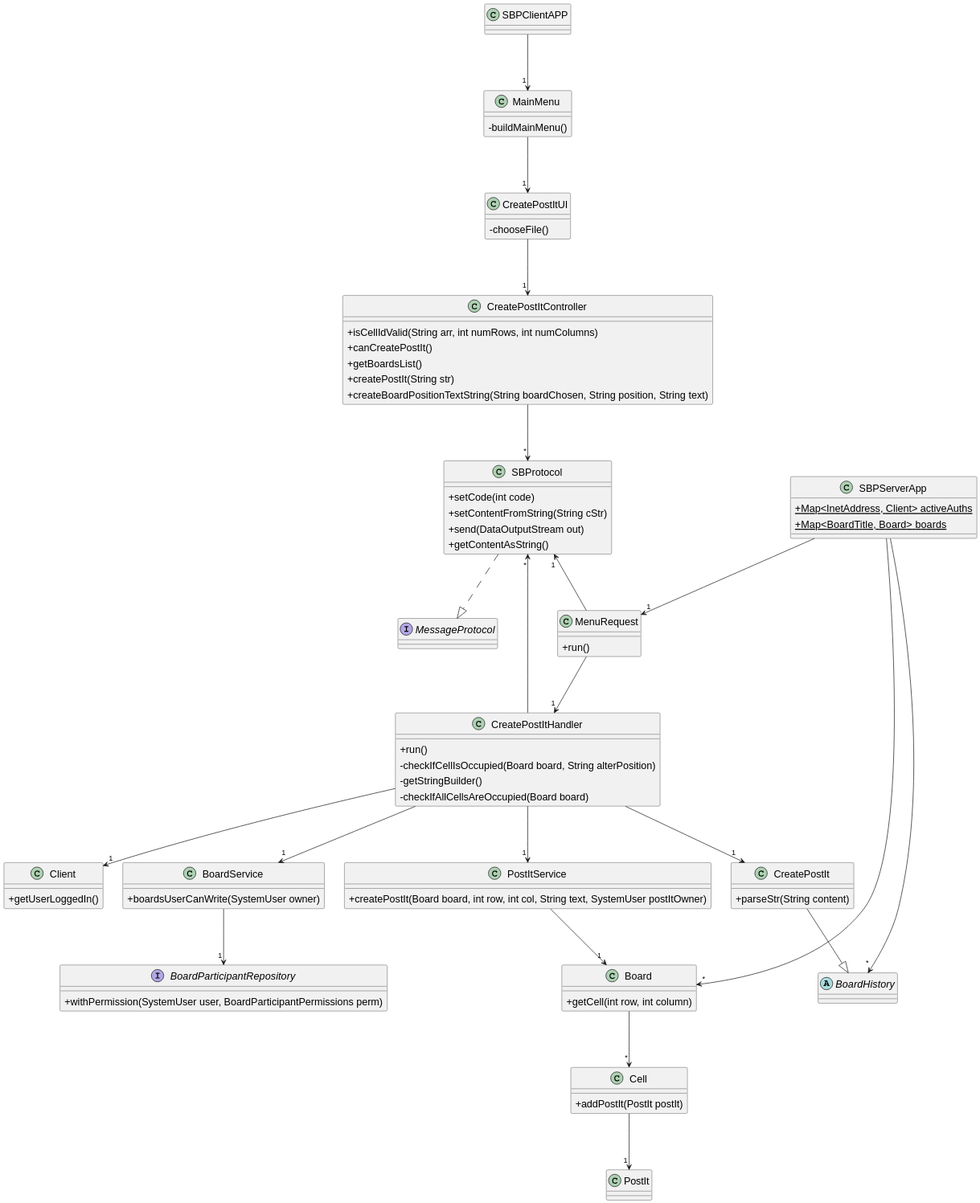
jovami/isep-lapr4 keeps this PlantUML diagram as docs/us_3006/CD.svg. Above is the earlier version. The source it was exported from:
```plantuml
@startuml

skinparam classAttributeIconSize 0
skinparam padding 2
skinparam ranksep 100
skinparam classFontSize 18


interface MessageProtocol
interface BoardParticipantRepository
{
    +withPermission(SystemUser user, BoardParticipantPermissions perm)
}

class CreatePostItUI
{
    -chooseFile()
}

class CreatePostItController
{
 +isCellIdValid(String arr, int numRows, int numColumns)
 +canCreatePostIt()
 +getBoardsList()
 +createPostIt(String str)
 +createBoardPositionTextString(String boardChosen, String position, String text)
}

class CreatePostItHandler
{
    +run()
    -checkIfCellIsOccupied(Board board, String alterPosition)
    -getStringBuilder()
    -checkIfAllCellsAreOccupied(Board board)
}

class SBProtocol
{
 + setCode(int code)
 + setContentFromString(String cStr)
 + send(DataOutputStream out)
 + getContentAsString()
}

class MenuRequest
{
    +run()
}

class SBPServerApp
{
    +{static}Map<InetAddress, Client> activeAuths
    +{static}Map<BoardTitle, Board> boards
}

class SBPClientAPP
{
}


class CreatePostIt
{
  +parseStr(String content)
}

class Client
{
    +getUserLoggedIn()
}


class BoardService
{
    +boardsUserCanWrite(SystemUser owner)
}

class MainMenu
{
    - buildMainMenu()
}

class PostItService
{
    +createPostIt(Board board, int row, int col, String text, SystemUser postItOwner)
}

class Board
{
   +getCell(int row, int column)
}

class Cell
{
    +addPostIt(PostIt postIt)
}

class PostIt {
}

abstract class BoardHistory
{
}







CreatePostIt --|> BoardHistory



CreatePostItUI --> "1" CreatePostItController
CreatePostItController --> "*" SBProtocol


CreatePostItHandler --> "*" SBProtocol


CreatePostItHandler --> "1" CreatePostIt
CreatePostItHandler --> "1" Client
CreatePostItHandler --> "1" BoardService
CreatePostItHandler --> "1" PostItService

SBPClientAPP --> "1" MainMenu
MainMenu --> "1" CreatePostItUI
SBPServerApp --> "1" MenuRequest
MenuRequest --> "1" CreatePostItHandler
MenuRequest -up-> "1" SBProtocol

PostItService --> "1" Board
Board --> "*" Cell
Cell --> "1" PostIt

BoardService --> "1" BoardParticipantRepository

SBPServerApp ----> "*" Board
SBPServerApp -> "*" BoardHistory

SBProtocol ..|> MessageProtocol
@enduml
```
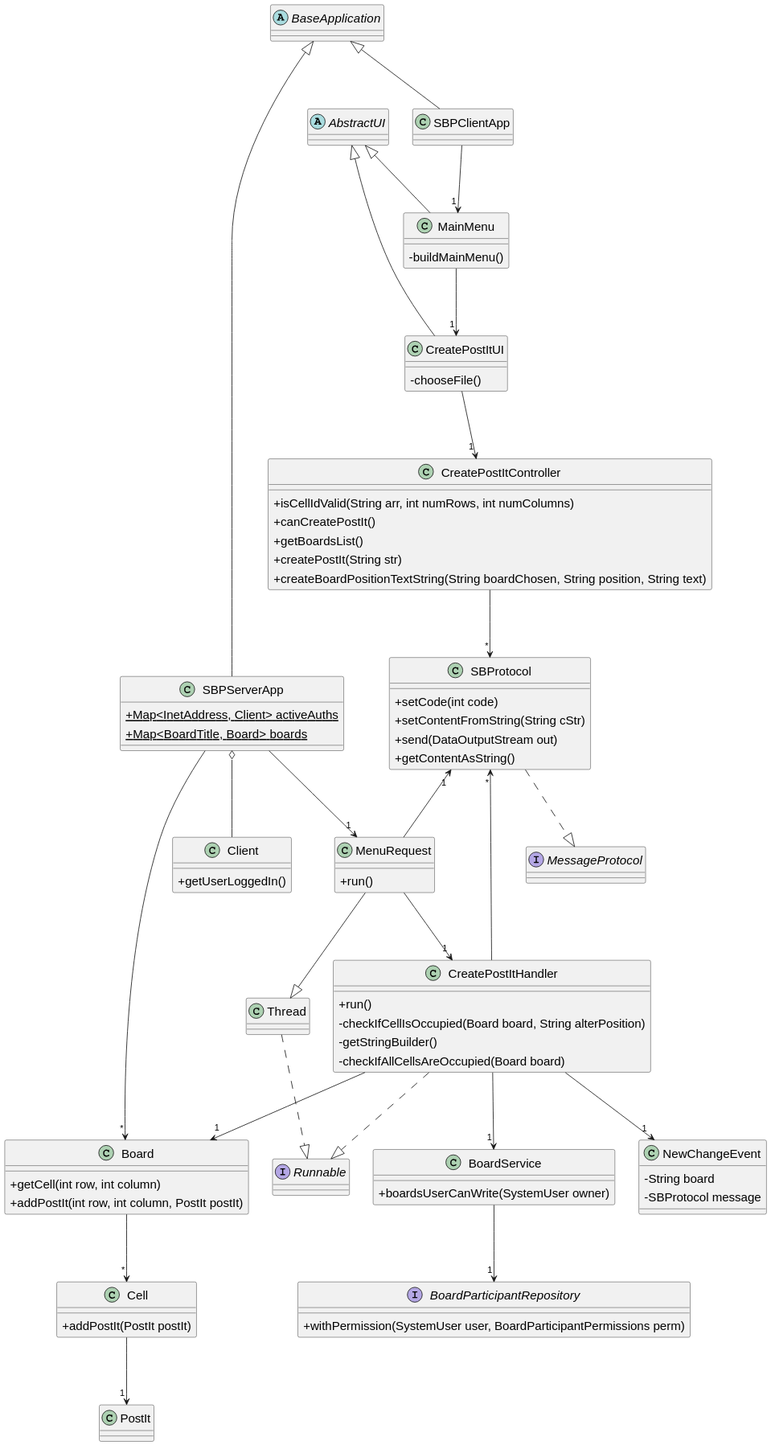
After the change.

Change to the diagram source:
```diff
@@ -53,15 +53,11 @@
     +{static}Map<BoardTitle, Board> boards
 }
 
-class SBPClientAPP
+class SBPClientApp
 {
 }
 
 
-class CreatePostIt
-{
-  +parseStr(String content)
-}
 
 class Client
 {
@@ -79,14 +75,10 @@
     - buildMainMenu()
 }
 
-class PostItService
-{
-    +createPostIt(Board board, int row, int col, String text, SystemUser postItOwner)
-}
-
 class Board
 {
    +getCell(int row, int column)
+   +addPostIt(int row, int column, PostIt postIt)
 }
 
 class Cell
@@ -97,18 +89,26 @@
 class PostIt {
 }
 
-abstract class BoardHistory
+class NewChangeEvent
+{
+    - String board
+    - SBProtocol message
+}
+
+abstract class AbstractUI
 {
 }
 
+abstract class BaseApplication
 
+interface Runnable
 
-
-
-
-
-CreatePostIt --|> BoardHistory
-
+SBPServerApp o-- Client
+MainMenu -up-|> AbstractUI
+CreatePostItUI -up-|> AbstractUI
+SBPClientApp -up-|> BaseApplication
+SBPServerApp -up-|> BaseApplication
+MenuRequest --|> Thread
 
 
 CreatePostItUI --> "1" CreatePostItController
@@ -118,25 +118,28 @@
 CreatePostItHandler --> "*" SBProtocol
 
 
-CreatePostItHandler --> "1" CreatePostIt
-CreatePostItHandler --> "1" Client
+
+
 CreatePostItHandler --> "1" BoardService
-CreatePostItHandler --> "1" PostItService
+CreatePostItHandler --> "1" Board
 
-SBPClientAPP --> "1" MainMenu
+SBPClientApp --> "1" MainMenu
 MainMenu --> "1" CreatePostItUI
 SBPServerApp --> "1" MenuRequest
 MenuRequest --> "1" CreatePostItHandler
 MenuRequest -up-> "1" SBProtocol
 
-PostItService --> "1" Board
+
 Board --> "*" Cell
 Cell --> "1" PostIt
 
 BoardService --> "1" BoardParticipantRepository
 
 SBPServerApp ----> "*" Board
-SBPServerApp -> "*" BoardHistory
+
+CreatePostItHandler --> "1" NewChangeEvent
 
 SBProtocol ..|> MessageProtocol
+Thread ..|> Runnable
+CreatePostItHandler ..|> Runnable
 @enduml
```
